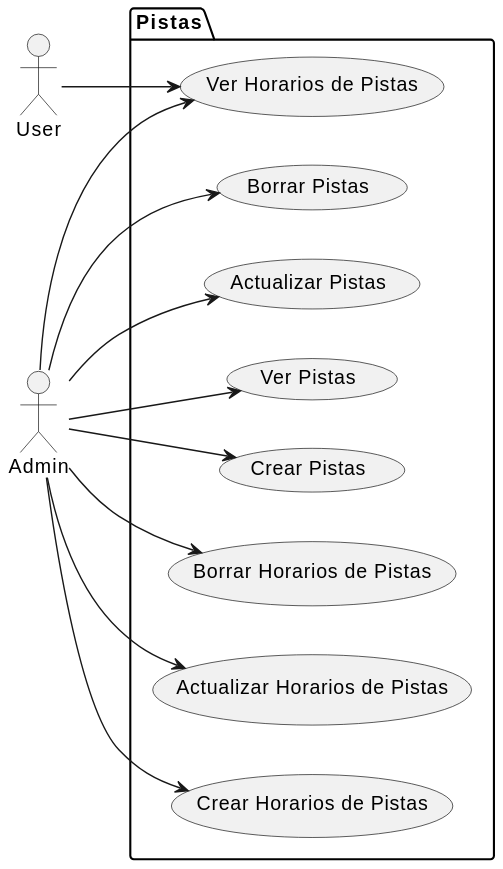
Before: CasosDeUso/CasosDeUso/Imagenes/Pistas.svg, a diagram exported from PlantUML (pablarce/23-24-IdSw1-SDR).
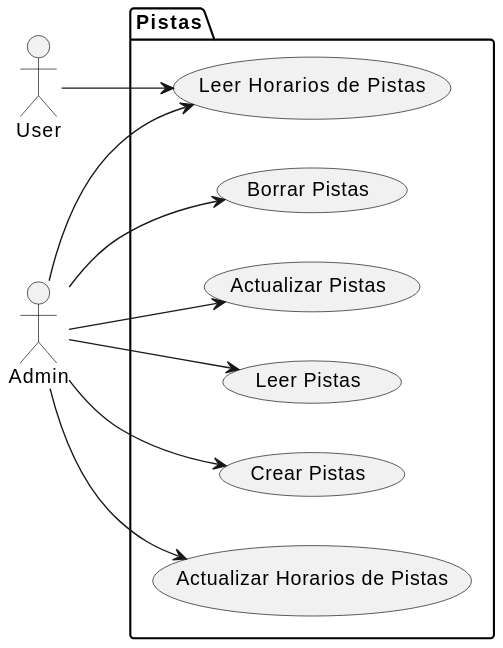
Later version of the same file.

What changed in the source:
```diff
@@ -6,23 +6,19 @@
 
 package Pistas {
 
-    usecase "Crear Horarios de Pistas" as UC1
-    usecase "Ver Horarios de Pistas" as UC2
-    usecase "Actualizar Horarios de Pistas" as UC3
-    usecase "Borrar Horarios de Pistas" as UC4
+     usecase "Leer  Horarios de Pistas" as UC2
+     usecase "Actualizar Horarios de Pistas" as UC3
 
-    usecase "Crear Pistas" as UC5
-    usecase "Ver Pistas" as UC6
-    usecase "Actualizar Pistas" as UC7
-    usecase "Borrar Pistas" as UC8
+     usecase "Crear Pistas" as UC5
+     usecase "Leer Pistas" as UC6
+     usecase "Actualizar Pistas" as UC7
+     usecase "Borrar Pistas" as UC8
 }
 
 U -->UC2
 
-A -->UC1
 A -->UC2
 A -->UC3
-A -->UC4
 A -->UC5
 A -->UC6
 A -->UC7
```
